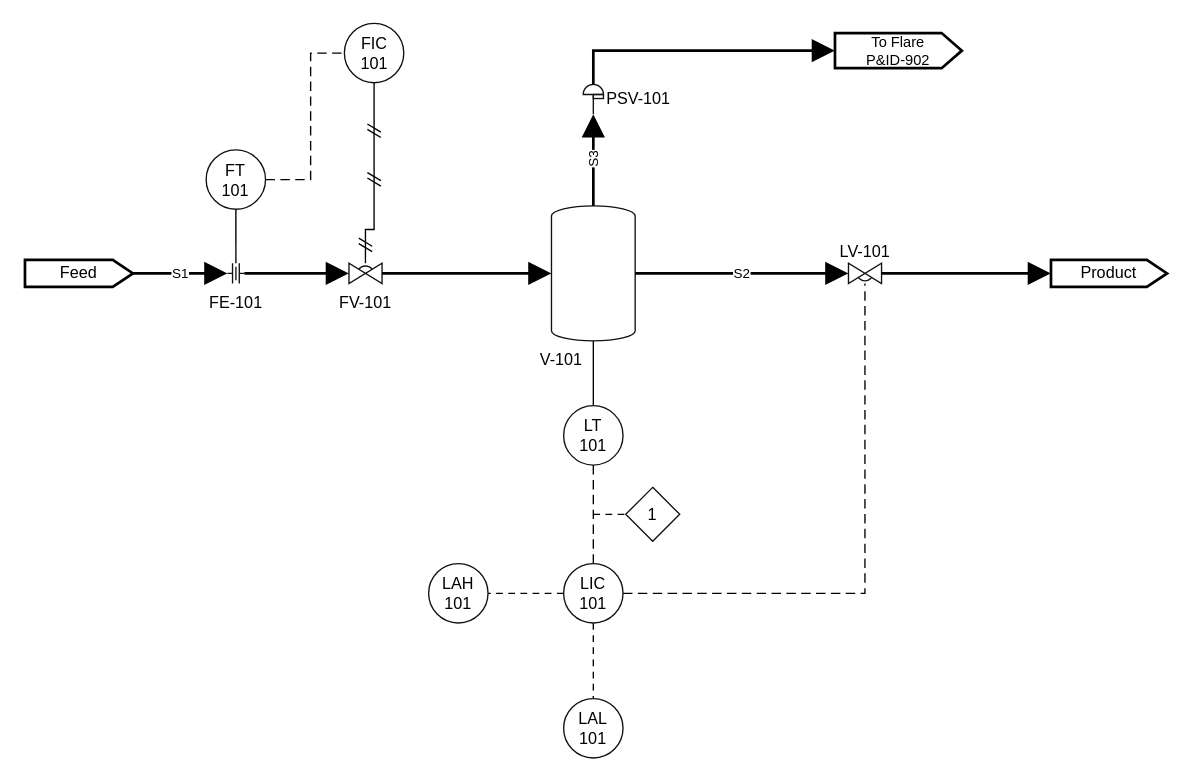
The draw.io diagram drawio-samples/04_control_loop.drawio in Alpha9463/pandid, before the edit. Source tidied: cells renumbered, new cells numbered last; positions are measured from the earlier drawing's top-left corner, leaving out a move shared by most shapes. Both pictures are drawn from the tidied source at 135%, with x=0, y=0 at pixel (24, 23).
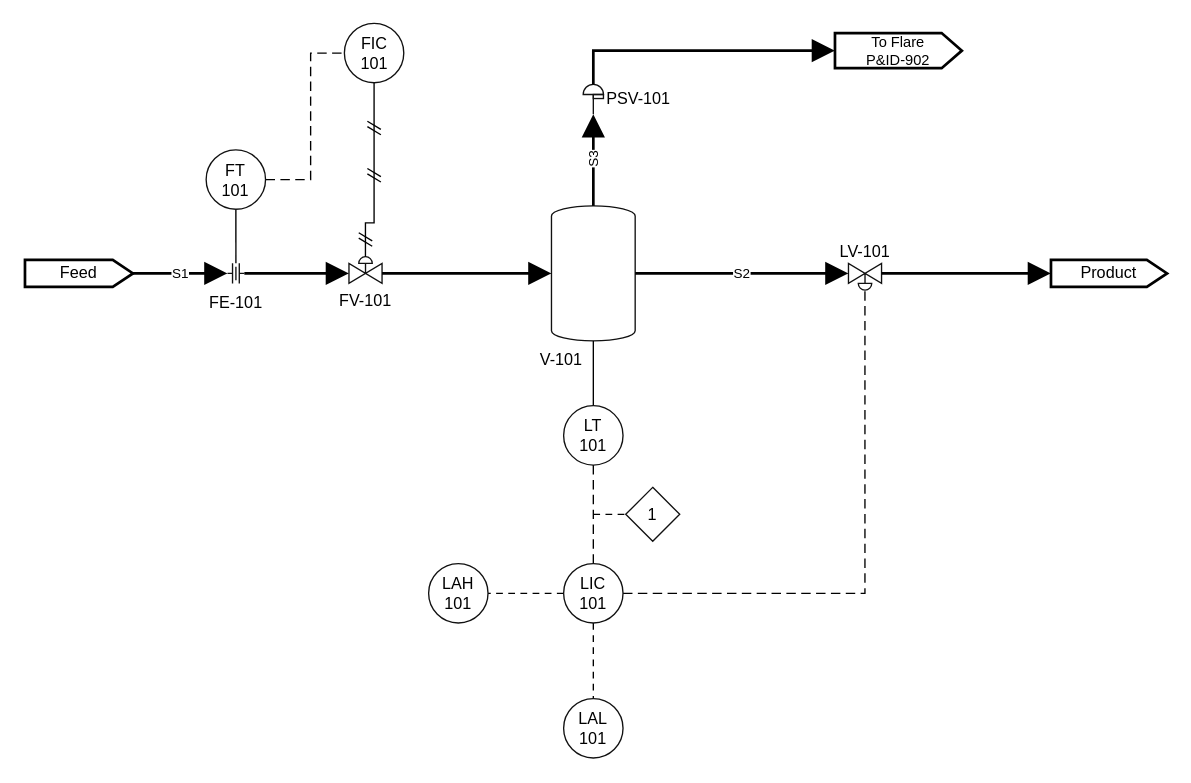
Above is the later version.

The change refers to these unchanged cells:
```xml
<mxCell id="4" value="V-101" style="html=1;shape=mxgraph.pid.vessels.pressurized_vessel;outlineConnect=0;strokeColor=#111;fillColor=none;verticalLabelPosition=bottom;verticalAlign=top;align=center;fontSize=12;" parent="1" vertex="1">
  <mxGeometry x="390" y="135" width="62" height="100" as="geometry">
    <mxPoint x="-24" as="offset" />
  </mxGeometry>
</mxCell>
<mxCell id="5" value="FE-101" style="html=1;shape=mxgraph.pid.valves.orifice;outlineConnect=0;strokeColor=#111;fillColor=none;verticalLabelPosition=bottom;verticalAlign=top;align=center;fontSize=12;" parent="1" vertex="1">
  <mxGeometry x="150" y="177.5" width="12.5" height="15" as="geometry" />
</mxCell>
<mxCell id="7" value="Product" style="html=1;shape=offPageConnector;size=0.174419;direction=north;anchorPointDirection=0;legacyAnchorPoints=1;rounded=0;whiteSpace=wrap;strokeColor=#000000;fillColor=none;strokeWidth=2;verticalLabelPosition=middle;verticalAlign=middle;align=center;fontSize=12;" parent="1" vertex="1">
  <mxGeometry x="760" y="175" width="86" height="20" as="geometry" />
</mxCell>
<mxCell id="33" value="FIC&lt;br&gt;101" style="html=1;shape=ellipse;rounded=0;whiteSpace=wrap;strokeColor=#111;fillColor=#ffffff;strokeWidth=1;verticalLabelPosition=middle;verticalAlign=middle;align=center;fontSize=12;" parent="1" vertex="1">
  <mxGeometry x="236.6" y="-0.2" width="44" height="44" as="geometry" />
</mxCell>
```

Change to the diagram source:
```diff
@@
-    <mxCell id="3" value="FV-101" style="html=1;shape=mxgraph.pid.valves.diaphragm;outlineConnect=0;strokeColor=#111;fillColor=none;verticalLabelPosition=bottom;verticalAlign=top;align=center;fontSize=12;" parent="1" vertex="1">
-      <mxGeometry x="240" y="177.5" width="24.5" height="15" as="geometry" />
+    <mxCell id="3" value="FV-101" style="html=1;shape=mxgraph.pid.valves.pneumatic_operated;outlineConnect=0;strokeColor=#111;fillColor=none;verticalLabelPosition=bottom;verticalAlign=top;align=center;fontSize=12;" parent="1" vertex="1">
+      <mxGeometry x="240" y="172.6" width="24.5" height="19.8" as="geometry" />
     </mxCell>
@@
-    <mxCell id="6" value="LV-101" style="html=1;shape=mxgraph.pid.valves.diaphragm;outlineConnect=0;strokeColor=#111;fillColor=none;verticalLabelPosition=top;verticalAlign=bottom;align=center;fontSize=12;flipV=1;" parent="1" vertex="1">
-      <mxGeometry x="610" y="177.5" width="24.5" height="15" as="geometry" />
+    <mxCell id="6" value="LV-101" style="html=1;shape=mxgraph.pid.valves.pneumatic_operated;outlineConnect=0;strokeColor=#111;fillColor=none;verticalLabelPosition=top;verticalAlign=bottom;align=center;fontSize=12;flipV=1;" parent="1" vertex="1">
+      <mxGeometry x="610" y="177.6" width="24.5" height="19.8" as="geometry" />
     </mxCell>
@@
-    <mxCell id="11" style="html=1;edgeStyle=none;rounded=0;jettySize=auto;exitX=1;exitY=0.5;exitDx=0;exitDy=0;exitPerimeter=0;entryX=0;entryY=0.5;entryDx=0;entryDy=0;entryPerimeter=0;strokeColor=#000000;strokeWidth=2;endArrow=block;endFill=1;endSize=12;startArrow=none;" parent="1" edge="1" source="5" target="3">
+    <mxCell id="11" style="html=1;edgeStyle=none;rounded=0;jettySize=auto;exitX=1;exitY=0.5;exitDx=0;exitDy=0;exitPerimeter=0;entryX=0;entryY=0.626263;entryDx=0;entryDy=0;entryPerimeter=0;strokeColor=#000000;strokeWidth=2;endArrow=block;endFill=1;endSize=12;startArrow=none;" parent="1" edge="1" source="5" target="3">
       <mxGeometry relative="1" as="geometry" />
     </mxCell>
-    <mxCell id="12" style="html=1;edgeStyle=none;rounded=0;jettySize=auto;exitX=1;exitY=0.5;exitDx=0;exitDy=0;exitPerimeter=0;entryX=0;entryY=0.5;entryDx=0;entryDy=0;entryPerimeter=0;strokeColor=#000000;strokeWidth=2;endArrow=block;endFill=1;endSize=12;startArrow=none;" parent="1" edge="1" source="3" target="4">
+    <mxCell id="12" style="html=1;edgeStyle=none;rounded=0;jettySize=auto;exitX=1;exitY=0.626263;exitDx=0;exitDy=0;exitPerimeter=0;entryX=0;entryY=0.5;entryDx=0;entryDy=0;entryPerimeter=0;strokeColor=#000000;strokeWidth=2;endArrow=block;endFill=1;endSize=12;startArrow=none;" parent="1" edge="1" source="3" target="4">
       <mxGeometry relative="1" as="geometry" />
     </mxCell>
-    <mxCell id="13" value="S2" style="html=1;edgeStyle=none;rounded=0;jettySize=auto;exitX=1;exitY=0.5;exitDx=0;exitDy=0;exitPerimeter=0;entryX=0;entryY=0.5;entryDx=0;entryDy=0;entryPerimeter=0;strokeColor=#000000;strokeWidth=2;endArrow=block;endFill=1;endSize=12;startArrow=none;labelBackgroundColor=#ffffff;verticalAlign=middle;align=center;fontSize=10;" parent="1" edge="1" source="4" target="6">
+    <mxCell id="13" value="S2" style="html=1;edgeStyle=none;rounded=0;jettySize=auto;exitX=1;exitY=0.5;exitDx=0;exitDy=0;exitPerimeter=0;entryX=0;entryY=0.626263;entryDx=0;entryDy=0;entryPerimeter=0;strokeColor=#000000;strokeWidth=2;endArrow=block;endFill=1;endSize=12;startArrow=none;labelBackgroundColor=#ffffff;verticalAlign=middle;align=center;fontSize=10;" parent="1" edge="1" source="4" target="6">
       <mxGeometry relative="1" as="geometry" />
     </mxCell>
-    <mxCell id="14" style="html=1;edgeStyle=none;rounded=0;jettySize=auto;exitX=1;exitY=0.5;exitDx=0;exitDy=0;exitPerimeter=0;entryX=0;entryY=0.5;entryDx=0;entryDy=0;entryPerimeter=0;strokeColor=#000000;strokeWidth=2;endArrow=block;endFill=1;endSize=12;startArrow=none;" parent="1" edge="1" source="6" target="7">
+    <mxCell id="14" style="html=1;edgeStyle=none;rounded=0;jettySize=auto;exitX=1;exitY=0.626263;exitDx=0;exitDy=0;exitPerimeter=0;entryX=0;entryY=0.5;entryDx=0;entryDy=0;entryPerimeter=0;strokeColor=#000000;strokeWidth=2;endArrow=block;endFill=1;endSize=12;startArrow=none;" parent="1" edge="1" source="6" target="7">
       <mxGeometry relative="1" as="geometry" />
     </mxCell>
@@
     <mxCell id="18" style="html=1;edgeStyle=none;rounded=0;jettySize=auto;exitX=0.5;exitY=1;exitDx=0;exitDy=0;exitPerimeter=0;entryX=0.497959;entryY=0;entryDx=0;entryDy=0;entryPerimeter=0;strokeColor=#000000;strokeWidth=1;endArrow=none;startArrow=none;" parent="1" edge="1" source="33" target="3">
       <mxGeometry relative="1" as="geometry">
         <Array as="points">
-          <mxPoint x="258.6" y="152.5" />
-          <mxPoint x="252.2" y="152.5" />
+          <mxPoint x="258.6" y="147.6" />
+          <mxPoint x="252.2" y="147.6" />
         </Array>
       </mxGeometry>
     </mxCell>
     <mxCell id="19" style="shape=line;rotation=30.96;strokeColor=#000000;strokeWidth=1;fillColor=none;html=1;" parent="18" vertex="1">
-      <mxGeometry x="-0.48" width="11.66" height="11.66" relative="1" as="geometry">
+      <mxGeometry x="-0.49" width="11.66" height="11.66" relative="1" as="geometry">
         <mxPoint x="-5.8" y="-8.3" as="offset" />
       </mxGeometry>
     </mxCell>
     <mxCell id="20" style="shape=line;rotation=30.96;strokeColor=#000000;strokeWidth=1;fillColor=none;html=1;" parent="18" vertex="1">
-      <mxGeometry x="-0.48" width="11.66" height="11.66" relative="1" as="geometry">
+      <mxGeometry x="-0.49" width="11.66" height="11.66" relative="1" as="geometry">
         <mxPoint x="-5.8" y="-4.3" as="offset" />
       </mxGeometry>
     </mxCell>
     <mxCell id="21" style="shape=line;rotation=30.96;strokeColor=#000000;strokeWidth=1;fillColor=none;html=1;" parent="18" vertex="1">
-      <mxGeometry x="0.03" width="11.66" height="11.66" relative="1" as="geometry">
+      <mxGeometry x="0.02" width="11.66" height="11.66" relative="1" as="geometry">
         <mxPoint x="-5.8" y="-8.3" as="offset" />
       </mxGeometry>
     </mxCell>
     <mxCell id="22" style="shape=line;rotation=30.96;strokeColor=#000000;strokeWidth=1;fillColor=none;html=1;" parent="18" vertex="1">
-      <mxGeometry x="0.03" width="11.66" height="11.66" relative="1" as="geometry">
+      <mxGeometry x="0.02" width="11.66" height="11.66" relative="1" as="geometry">
         <mxPoint x="-5.8" y="-4.3" as="offset" />
       </mxGeometry>
     </mxCell>
```
